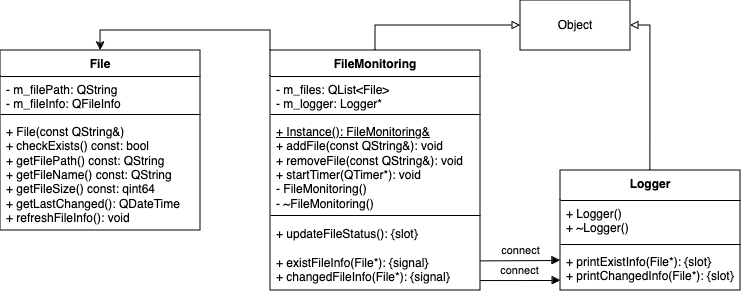
Above: UML.png in Ivvvay/FileMonitoring (draw.io), before the change. Source tidied: cells renumbered, new cells last; positions are measured from the earlier drawing's top-left corner, leaving out a move shared by most shapes.
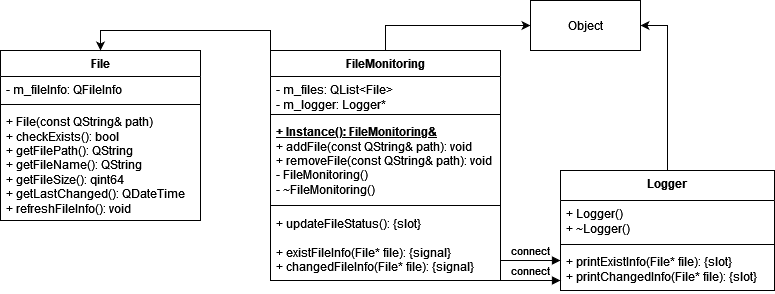
After the commit.

The edit, as a diff of the source:
```diff
@@ -3,66 +3,68 @@
     <mxCell id="0" />
     <mxCell id="1" parent="0" />
     <mxCell id="2" value="File" style="swimlane;fontStyle=1;align=center;verticalAlign=top;horizontal=1;startSize=26;whiteSpace=wrap;html=1;" parent="1" vertex="1">
-      <mxGeometry y="50" width="200" height="180" as="geometry" />
+      <mxGeometry y="50" width="200" height="170" as="geometry" />
     </mxCell>
-    <mxCell id="3" value="&lt;div&gt;- m_filePath: QString&lt;/div&gt;&lt;div&gt;- m_fileInfo: QFileInfo&lt;br&gt;&lt;/div&gt;&lt;div&gt;&lt;br&gt;&lt;/div&gt;" style="text;strokeColor=none;fillColor=none;align=left;verticalAlign=top;spacingLeft=4;spacingRight=4;overflow=hidden;whiteSpace=wrap;html=1;" parent="2" vertex="1">
-      <mxGeometry y="26" width="200" height="34" as="geometry" />
+    <mxCell id="3" value="&lt;div&gt;- m_fileInfo: QFileInfo&lt;br&gt;&lt;/div&gt;&lt;div&gt;&lt;br&gt;&lt;/div&gt;" style="text;strokeColor=none;fillColor=none;align=left;verticalAlign=top;spacingLeft=4;spacingRight=4;overflow=hidden;whiteSpace=wrap;html=1;" parent="2" vertex="1">
+      <mxGeometry y="26" width="200" height="24" as="geometry" />
     </mxCell>
     <mxCell id="4" style="line;strokeWidth=1;fillColor=none;align=left;verticalAlign=middle;spacingTop=-1;spacingLeft=3;spacingRight=3;labelPosition=right;strokeColor=inherit;" parent="2" vertex="1">
-      <mxGeometry y="60" width="200" height="8" as="geometry" />
+      <mxGeometry y="50" width="200" height="8" as="geometry" />
     </mxCell>
-    <mxCell id="5" value="&lt;div&gt;+ File(const QString&amp;amp;)&lt;/div&gt;&lt;div&gt;+ checkExists() const: bool&lt;/div&gt;&lt;div&gt;+ getFilePath() const: QString&lt;/div&gt;&lt;div&gt;+ getFileName() const: QString&amp;nbsp;&lt;/div&gt;&lt;div&gt;+ getFileSize() const: qint64&lt;br&gt;+ getLastChanged(): QDateTime&lt;/div&gt;&lt;div&gt;+ refreshFileInfo(): void&lt;/div&gt;&lt;div&gt;&lt;br&gt;&lt;/div&gt;" style="text;strokeColor=none;fillColor=none;align=left;verticalAlign=top;spacingLeft=4;spacingRight=4;overflow=hidden;whiteSpace=wrap;html=1;" parent="2" vertex="1">
-      <mxGeometry y="68" width="200" height="112" as="geometry" />
+    <mxCell id="5" value="&lt;div&gt;+ File(const QString&amp;amp; path)&lt;/div&gt;&lt;div&gt;+ checkExists(): bool&lt;/div&gt;&lt;div&gt;+ getFilePath(): QString&lt;/div&gt;&lt;div&gt;+ getFileName(): QString&amp;nbsp;&lt;/div&gt;&lt;div&gt;+ getFileSize(): qint64&lt;br&gt;+ getLastChanged(): QDateTime&lt;/div&gt;&lt;div&gt;+ refreshFileInfo(): void &lt;/div&gt;&lt;div&gt;&lt;br&gt;&lt;/div&gt;" style="text;strokeColor=none;fillColor=none;align=left;verticalAlign=top;spacingLeft=4;spacingRight=4;overflow=hidden;whiteSpace=wrap;html=1;" parent="2" vertex="1">
+      <mxGeometry y="58" width="200" height="112" as="geometry" />
     </mxCell>
-    <mxCell id="6" style="edgeStyle=orthogonalEdgeStyle;rounded=0;jettySize=auto;html=1;exitX=0.5;exitY=0;exitDx=0;exitDy=0;entryX=1;entryY=0.5;entryDx=0;entryDy=0;endArrow=block;endFill=0;" parent="1" edge="1" source="7" target="19">
+    <mxCell id="6" style="edgeStyle=orthogonalEdgeStyle;rounded=0;jettySize=auto;html=1;exitX=0.5;exitY=0;exitDx=0;exitDy=0;entryX=1;entryY=0.5;entryDx=0;entryDy=0;" parent="1" edge="1" source="7" target="19">
       <mxGeometry relative="1" as="geometry" />
     </mxCell>
     <mxCell id="7" value="Logger" style="swimlane;fontStyle=1;align=center;verticalAlign=top;horizontal=1;startSize=30;whiteSpace=wrap;html=1;" parent="1" vertex="1">
-      <mxGeometry x="560" y="170" width="180" height="120" as="geometry" />
+      <mxGeometry x="560" y="170" width="214" height="120" as="geometry" />
     </mxCell>
     <mxCell id="8" value="&lt;div&gt;+ Logger()&lt;/div&gt;&lt;div&gt;+ ~Logger()&lt;br&gt;&lt;/div&gt;" style="text;strokeColor=none;fillColor=none;align=left;verticalAlign=top;spacingLeft=4;spacingRight=4;overflow=hidden;whiteSpace=wrap;html=1;" parent="7" vertex="1">
-      <mxGeometry y="30" width="180" height="40" as="geometry" />
+      <mxGeometry y="30" width="214" height="40" as="geometry" />
     </mxCell>
     <mxCell id="9" style="line;strokeWidth=1;fillColor=none;align=left;verticalAlign=middle;spacingTop=-1;spacingLeft=3;spacingRight=3;labelPosition=right;strokeColor=inherit;" parent="7" vertex="1">
-      <mxGeometry y="70" width="180" height="8" as="geometry" />
+      <mxGeometry y="70" width="214" height="8" as="geometry" />
     </mxCell>
-    <mxCell id="10" value="&lt;div&gt;+ printExistInfo(File*): {slot}&lt;br&gt;&lt;/div&gt;&lt;div&gt;+ printChangedInfo(File*): {slot}&lt;/div&gt;" style="text;strokeColor=none;fillColor=none;align=left;verticalAlign=top;spacingLeft=4;spacingRight=4;overflow=hidden;whiteSpace=wrap;html=1;" parent="7" vertex="1">
-      <mxGeometry y="78" width="180" height="42" as="geometry" />
+    <mxCell id="10" value="&lt;div&gt;+ printExistInfo(File* file): {slot}&lt;br&gt;&lt;/div&gt;&lt;div&gt;+ printChangedInfo(File* file): {slot}&lt;/div&gt;" style="text;strokeColor=none;fillColor=none;align=left;verticalAlign=top;spacingLeft=4;spacingRight=4;overflow=hidden;whiteSpace=wrap;html=1;" parent="7" vertex="1">
+      <mxGeometry y="78" width="214" height="42" as="geometry" />
     </mxCell>
-    <mxCell id="11" style="edgeStyle=orthogonalEdgeStyle;rounded=0;jettySize=auto;html=1;exitX=0.5;exitY=0;exitDx=0;exitDy=0;entryX=0;entryY=0.5;entryDx=0;entryDy=0;endArrow=block;endFill=0;" parent="1" edge="1" source="13" target="19">
+    <mxCell id="11" style="edgeStyle=orthogonalEdgeStyle;rounded=0;jettySize=auto;html=1;exitX=0.5;exitY=0;exitDx=0;exitDy=0;entryX=0;entryY=0.5;entryDx=0;entryDy=0;" parent="1" edge="1" source="13" target="19">
       <mxGeometry relative="1" as="geometry" />
     </mxCell>
     <mxCell id="12" style="edgeStyle=orthogonalEdgeStyle;rounded=0;jettySize=auto;html=1;exitX=0;exitY=0;exitDx=0;exitDy=0;entryX=0.5;entryY=0;entryDx=0;entryDy=0;" parent="1" edge="1" source="13" target="2">
       <mxGeometry relative="1" as="geometry" />
     </mxCell>
     <mxCell id="13" value="FileMonitoring" style="swimlane;fontStyle=1;align=center;verticalAlign=top;horizontal=1;startSize=26;whiteSpace=wrap;html=1;" parent="1" vertex="1">
-      <mxGeometry x="270" y="50" width="210" height="240" as="geometry" />
+      <mxGeometry x="270" y="50" width="230" height="230" as="geometry" />
     </mxCell>
     <mxCell id="14" value="&lt;div&gt;- m_files: QList&amp;lt;File&amp;gt;&lt;/div&gt;&lt;div&gt;- m_logger: Logger*&lt;/div&gt;" style="text;strokeColor=none;fillColor=none;align=left;verticalAlign=top;spacingLeft=4;spacingRight=4;overflow=hidden;whiteSpace=wrap;html=1;" parent="13" vertex="1">
-      <mxGeometry y="26" width="210" height="34" as="geometry" />
+      <mxGeometry y="26" width="230" height="34" as="geometry" />
     </mxCell>
     <mxCell id="15" style="line;strokeWidth=1;fillColor=none;align=left;verticalAlign=middle;spacingTop=-1;spacingLeft=3;spacingRight=3;labelPosition=right;strokeColor=inherit;" parent="13" vertex="1">
-      <mxGeometry y="60" width="210" height="8" as="geometry" />
+      <mxGeometry y="60" width="230" height="8" as="geometry" />
     </mxCell>
-    <mxCell id="16" value="&lt;div&gt;&lt;u&gt;+ Instance(): FileMonitoring&amp;amp;&lt;/u&gt;&lt;/div&gt;&lt;div&gt;+ addFile(const QString&amp;amp;): void&lt;/div&gt;&lt;div&gt;+ removeFile(const QString&amp;amp;): void&lt;/div&gt;&lt;div&gt;+ startTimer(QTimer*): void&lt;/div&gt;&lt;div&gt;- FileMonitoring()&lt;br&gt;- ~FileMonitoring()&lt;/div&gt;&lt;div&gt;&lt;br&gt;&lt;/div&gt;&lt;div&gt;&lt;b&gt;&lt;br&gt;&lt;/b&gt;&lt;/div&gt;" style="text;strokeColor=none;fillColor=none;align=left;verticalAlign=top;spacingLeft=4;spacingRight=4;overflow=hidden;whiteSpace=wrap;html=1;" parent="13" vertex="1">
-      <mxGeometry y="68" width="210" height="92" as="geometry" />
+    <mxCell id="16" value="&lt;div&gt;&lt;u&gt;&lt;b&gt;+ Instance(): FileMonitoring&amp;amp;&lt;/b&gt;&lt;/u&gt;&lt;/div&gt;&lt;div&gt;+ addFile(const QString&amp;amp; path): void&lt;/div&gt;&lt;div&gt;+ removeFile(const QString&amp;amp; path): void&lt;/div&gt;&lt;div&gt;- FileMonitoring()&lt;br&gt;- ~FileMonitoring()&lt;/div&gt;&lt;div&gt;&lt;br&gt;&lt;/div&gt;&lt;div&gt;&lt;b&gt;&lt;br&gt;&lt;/b&gt;&lt;/div&gt;" style="text;strokeColor=none;fillColor=none;align=left;verticalAlign=top;spacingLeft=4;spacingRight=4;overflow=hidden;whiteSpace=wrap;html=1;" parent="13" vertex="1">
+      <mxGeometry y="68" width="230" height="82" as="geometry" />
     </mxCell>
     <mxCell id="17" style="line;strokeWidth=1;fillColor=none;align=left;verticalAlign=middle;spacingTop=-1;spacingLeft=3;spacingRight=3;labelPosition=right;strokeColor=inherit;" parent="13" vertex="1">
-      <mxGeometry y="160" width="210" height="10" as="geometry" />
+      <mxGeometry y="150" width="230" height="10" as="geometry" />
     </mxCell>
-    <mxCell id="18" value="&lt;div&gt;+ updateFileStatus(): {slot}&lt;/div&gt;&lt;div&gt;&lt;br&gt;&lt;/div&gt;&lt;div&gt;+ existFileInfo(File*): {signal}&lt;/div&gt;&lt;div&gt;+ changedFileInfo(File*): {signal}&lt;/div&gt;&lt;div&gt;&lt;br&gt;&lt;/div&gt;&lt;div&gt;&lt;br&gt;&lt;/div&gt;" style="text;strokeColor=none;fillColor=none;align=left;verticalAlign=top;spacingLeft=4;spacingRight=4;overflow=hidden;points=[[0,0.5],[1,0.5]];portConstraint=eastwest;whiteSpace=wrap;html=1;" parent="13" vertex="1">
-      <mxGeometry y="170" width="210" height="70" as="geometry" />
+    <mxCell id="18" value="&lt;div&gt;+ updateFileStatus(): {slot}&lt;/div&gt;&lt;div&gt;&lt;br&gt;&lt;/div&gt;&lt;div&gt;+ existFileInfo(File* file): {signal}&lt;/div&gt;&lt;div&gt;+ changedFileInfo(File* file): {signal}&lt;/div&gt;&lt;div&gt;&lt;br&gt;&lt;/div&gt;&lt;div&gt;&lt;br&gt;&lt;/div&gt;" style="text;strokeColor=none;fillColor=none;align=left;verticalAlign=top;spacingLeft=4;spacingRight=4;overflow=hidden;points=[[0,0.5],[1,0.5]];portConstraint=eastwest;whiteSpace=wrap;html=1;" parent="13" vertex="1">
+      <mxGeometry y="160" width="230" height="70" as="geometry" />
     </mxCell>
     <mxCell id="19" value="Object" style="html=1;whiteSpace=wrap;" parent="1" vertex="1">
-      <mxGeometry x="520" width="110" height="50" as="geometry" />
+      <mxGeometry x="530" width="110" height="50" as="geometry" />
     </mxCell>
-    <mxCell id="20" value="connect" style="html=1;verticalAlign=bottom;endArrow=block;curved=0;rounded=0;exitX=0.997;exitY=0.858;exitDx=0;exitDy=0;exitPerimeter=0;" parent="1" edge="1" source="18">
+    <mxCell id="20" value="connect" style="html=1;verticalAlign=bottom;endArrow=block;curved=0;rounded=0;" parent="1" edge="1">
       <mxGeometry relative="1" as="geometry">
+        <mxPoint x="500" y="280" as="sourcePoint" />
         <mxPoint x="560" y="280" as="targetPoint" />
       </mxGeometry>
     </mxCell>
-    <mxCell id="21" value="connect" style="html=1;verticalAlign=bottom;endArrow=block;curved=0;rounded=0;exitX=1;exitY=0.577;exitDx=0;exitDy=0;exitPerimeter=0;" parent="1" edge="1" source="18">
+    <mxCell id="21" value="connect" style="html=1;verticalAlign=bottom;endArrow=block;curved=0;rounded=0;" parent="1" edge="1">
       <mxGeometry relative="1" as="geometry">
+        <mxPoint x="500" y="260" as="sourcePoint" />
         <mxPoint x="560" y="260" as="targetPoint" />
       </mxGeometry>
     </mxCell>
```
